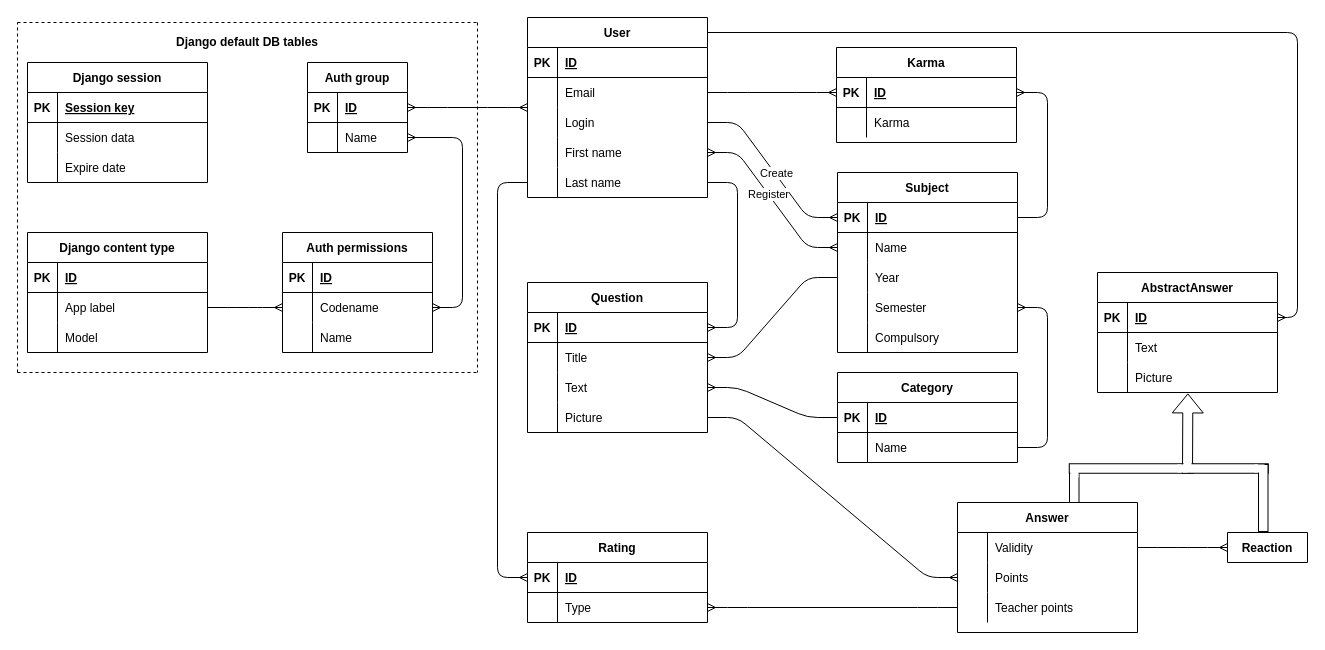
This is page "Page-2" (2 of 2) of docs/ER.drawio from FilipSolich/IIS, a draw.io file, before an edit. Source tidied: cells renumbered, new cells numbered last; positions are measured from the earlier drawing's top-left corner, leaving out a move shared by most shapes. Both pictures are drawn from the tidied source at 100%, with x=0, y=0 at pixel (17, 17).
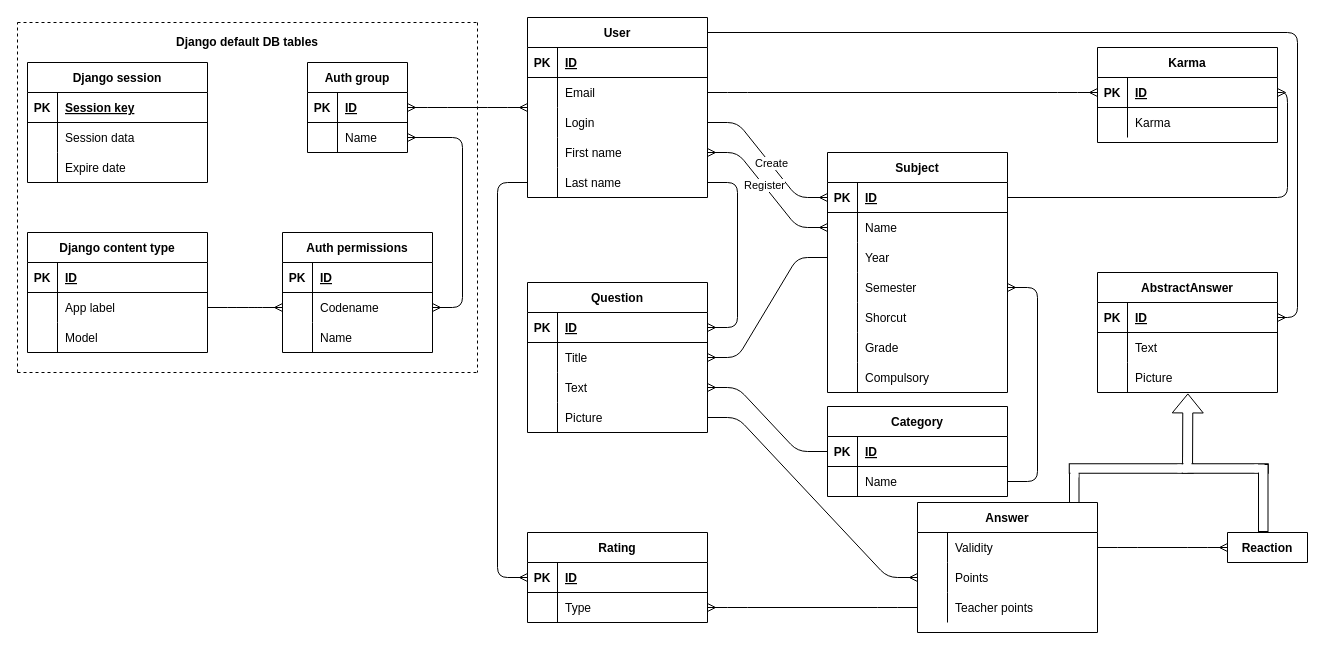
Above is the later version.

Commit message (it also covers changes not shown here):
added new atributes in er for entity subject(shortcut-zkratka , Grade-ročník)

Unchanged cells that the change refers to:
```xml
<mxCell id="50" style="shape=partialRectangle;fillColor=none;top=0;left=0;bottom=1;right=0;points=[[0,0.5],[1,0.5]];portConstraint=eastwest;" parent="49" vertex="1">
  <mxGeometry y="30" width="180" height="30" as="geometry" />
</mxCell>
<mxCell id="151" style="shape=partialRectangle;fillColor=none;top=0;left=0;bottom=1;right=0;points=[[0,0.5],[1,0.5]];portConstraint=eastwest;" parent="150" vertex="1">
  <mxGeometry y="30" width="180" height="30" as="geometry" />
</mxCell>
```

Change to the diagram source:
```diff
@@
     <mxCell id="49" value="Subject" style="shape=table;startSize=30;childLayout=tableLayout;rowLines=0;fontStyle=1;align=center;hachureGap=4;" parent="1" vertex="1">
-      <mxGeometry x="820" y="155" width="180" height="180" as="geometry" />
+      <mxGeometry x="810" y="135" width="180" height="240" as="geometry" />
     </mxCell>
@@
+    <mxCell id="161" style="shape=partialRectangle;fillColor=none;top=0;left=0;bottom=0;right=0;hachureGap=4;" parent="49" vertex="1">
+      <mxGeometry y="150" width="180" height="30" as="geometry" />
+    </mxCell>
+    <mxCell id="162" style="shape=partialRectangle;fillColor=none;top=0;left=0;bottom=0;right=0;overflow=hidden;" parent="161" vertex="1">
+      <mxGeometry width="30" height="30" as="geometry" />
+    </mxCell>
+    <mxCell id="163" value="Shorcut" style="shape=partialRectangle;fillColor=none;top=0;left=0;bottom=0;right=0;align=left;spacingLeft=6;overflow=hidden;" parent="161" vertex="1">
+      <mxGeometry x="30" width="150" height="30" as="geometry" />
+    </mxCell>
+    <mxCell id="164" style="shape=partialRectangle;fillColor=none;top=0;left=0;bottom=0;right=0;hachureGap=4;" parent="49" vertex="1">
+      <mxGeometry y="180" width="180" height="30" as="geometry" />
+    </mxCell>
+    <mxCell id="165" style="shape=partialRectangle;fillColor=none;top=0;left=0;bottom=0;right=0;overflow=hidden;" parent="164" vertex="1">
+      <mxGeometry width="30" height="30" as="geometry" />
+    </mxCell>
+    <mxCell id="166" value="Grade" style="shape=partialRectangle;fillColor=none;top=0;left=0;bottom=0;right=0;align=left;spacingLeft=6;overflow=hidden;" parent="164" vertex="1">
+      <mxGeometry x="30" width="150" height="30" as="geometry" />
+    </mxCell>
     <mxCell id="62" style="shape=partialRectangle;fillColor=none;top=0;left=0;bottom=0;right=0;" parent="49" vertex="1">
-      <mxGeometry y="150" width="180" height="30" as="geometry" />
+      <mxGeometry y="210" width="180" height="30" as="geometry" />
     </mxCell>
@@
     <mxCell id="65" value="Category" style="shape=table;startSize=30;childLayout=tableLayout;rowLines=0;fontStyle=1;align=center;hachureGap=4;" parent="1" vertex="1">
-      <mxGeometry x="820" y="355" width="180" height="90" as="geometry" />
+      <mxGeometry x="810" y="389" width="180" height="90" as="geometry" />
     </mxCell>
@@
     <mxCell id="129" value="Answer" style="shape=table;startSize=30;childLayout=tableLayout;rowLines=0;fontStyle=1;align=center;" parent="1" vertex="1">
-      <mxGeometry x="940" y="485" width="180" height="130" as="geometry" />
+      <mxGeometry x="900" y="485" width="180" height="130" as="geometry" />
     </mxCell>
@@
     <mxCell id="150" value="Karma" style="shape=table;startSize=30;childLayout=tableLayout;rowLines=0;fontStyle=1;align=center;" parent="1" vertex="1">
-      <mxGeometry x="819" y="30" width="180" height="95" as="geometry" />
+      <mxGeometry x="1080" y="30" width="180" height="95" as="geometry" />
     </mxCell>
@@
-    <mxCell id="157" style="edgeStyle=entityRelationEdgeStyle;fontSize=12;html=1;endArrow=ERmany;" parent="1" edge="1" source="50" target="151">
-      <mxGeometry relative="1" as="geometry" />
+    <mxCell id="157" style="edgeStyle=orthogonalEdgeStyle;fontSize=12;html=1;endArrow=ERmany;" parent="1" edge="1" source="50" target="151">
+      <mxGeometry relative="1" as="geometry">
+        <Array as="points">
+          <mxPoint x="1270" y="180" />
+          <mxPoint x="1270" y="75" />
+        </Array>
+      </mxGeometry>
     </mxCell>
```
